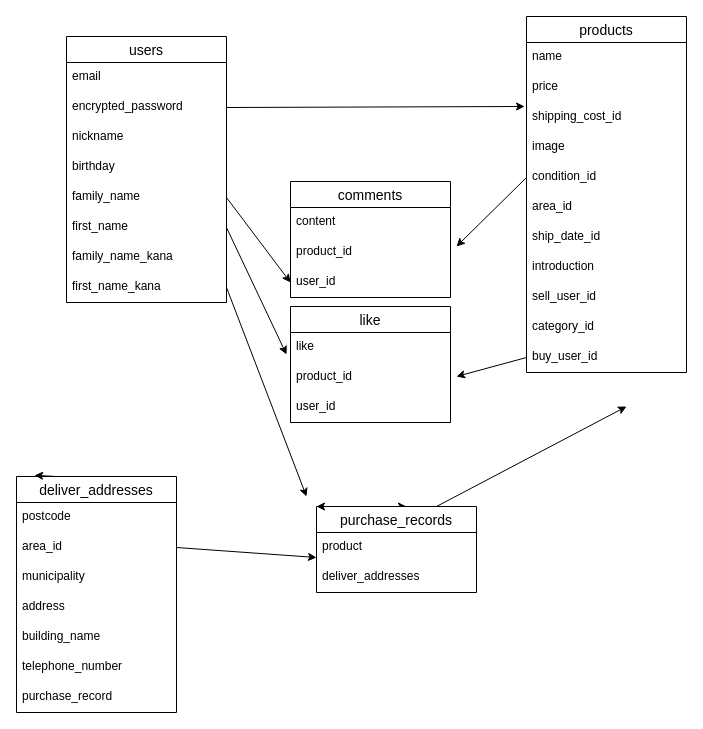
Above: db.dio in ayukoxxx/furima-38821 (draw.io), before the change. Source tidied: cells renumbered, new cells numbered last; positions are measured from the earlier drawing's top-left corner, leaving out a move shared by most shapes. Both pictures are drawn from the tidied source at 100%, with x=0, y=0 at pixel (16, 16).
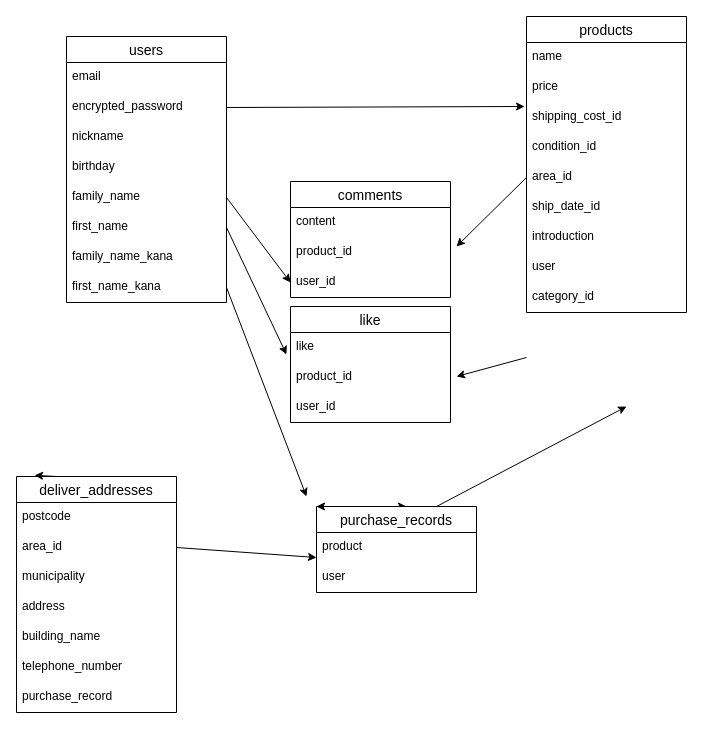
The same diagram, later.

Unchanged cells that the change refers to:
```xml
<mxCell id="51" value="purchase_records" style="swimlane;fontStyle=0;horizontal=1;startSize=26;align=center;fontSize=14;" parent="1" vertex="1">
  <mxGeometry x="300" y="490" width="160" height="86" as="geometry" />
</mxCell>
```

What changed in the source:
```diff
@@
     <mxCell id="15" value="products" style="swimlane;fontStyle=0;horizontal=1;startSize=26;align=center;fontSize=14;" parent="1" vertex="1">
-      <mxGeometry x="510" width="160" height="356" as="geometry" />
+      <mxGeometry x="510" width="160" height="296" as="geometry" />
     </mxCell>
@@
-    <mxCell id="19" value="image" style="text;strokeColor=none;fillColor=none;spacingLeft=4;spacingRight=4;overflow=hidden;fontSize=12;" parent="15" vertex="1">
-      <mxGeometry y="116" width="160" height="30" as="geometry" />
-    </mxCell>
     <mxCell id="20" value="condition_id" style="text;strokeColor=none;fillColor=none;spacingLeft=4;spacingRight=4;overflow=hidden;fontSize=12;" parent="15" vertex="1">
-      <mxGeometry y="146" width="160" height="30" as="geometry" />
+      <mxGeometry y="116" width="160" height="30" as="geometry" />
     </mxCell>
     <mxCell id="21" value="area_id" style="text;strokeColor=none;fillColor=none;spacingLeft=4;spacingRight=4;overflow=hidden;fontSize=12;" parent="15" vertex="1">
-      <mxGeometry y="176" width="160" height="30" as="geometry" />
+      <mxGeometry y="146" width="160" height="30" as="geometry" />
     </mxCell>
     <mxCell id="22" value="ship_date_id" style="text;strokeColor=none;fillColor=none;spacingLeft=4;spacingRight=4;overflow=hidden;fontSize=12;" parent="15" vertex="1">
-      <mxGeometry y="206" width="160" height="30" as="geometry" />
+      <mxGeometry y="176" width="160" height="30" as="geometry" />
     </mxCell>
     <mxCell id="23" value="introduction" style="text;strokeColor=none;fillColor=none;spacingLeft=4;spacingRight=4;overflow=hidden;fontSize=12;" parent="15" vertex="1">
-      <mxGeometry y="236" width="160" height="30" as="geometry" />
+      <mxGeometry y="206" width="160" height="30" as="geometry" />
     </mxCell>
-    <mxCell id="24" value="sell_user_id" style="text;strokeColor=none;fillColor=none;spacingLeft=4;spacingRight=4;overflow=hidden;fontSize=12;" parent="15" vertex="1">
-      <mxGeometry y="266" width="160" height="30" as="geometry" />
+    <mxCell id="24" value="user" style="text;strokeColor=none;fillColor=none;spacingLeft=4;spacingRight=4;overflow=hidden;fontSize=12;" parent="15" vertex="1">
+      <mxGeometry y="236" width="160" height="30" as="geometry" />
     </mxCell>
     <mxCell id="25" value="category_id" style="text;strokeColor=none;fillColor=none;spacingLeft=4;spacingRight=4;overflow=hidden;fontSize=12;" parent="15" vertex="1">
-      <mxGeometry y="296" width="160" height="30" as="geometry" />
+      <mxGeometry y="266" width="160" height="30" as="geometry" />
     </mxCell>
-    <mxCell id="26" value="buy_user_id" style="text;strokeColor=none;fillColor=none;spacingLeft=4;spacingRight=4;overflow=hidden;fontSize=12;" parent="15" vertex="1">
-      <mxGeometry y="326" width="160" height="30" as="geometry" />
-    </mxCell>
@@
-    <mxCell id="53" value="deliver_addresses" style="text;strokeColor=none;fillColor=none;spacingLeft=4;spacingRight=4;overflow=hidden;fontSize=12;" parent="51" vertex="1">
+    <mxCell id="53" value="user" style="text;strokeColor=none;fillColor=none;spacingLeft=4;spacingRight=4;overflow=hidden;fontSize=12;" parent="51" vertex="1">
       <mxGeometry y="56" width="160" height="30" as="geometry" />
     </mxCell>
```
